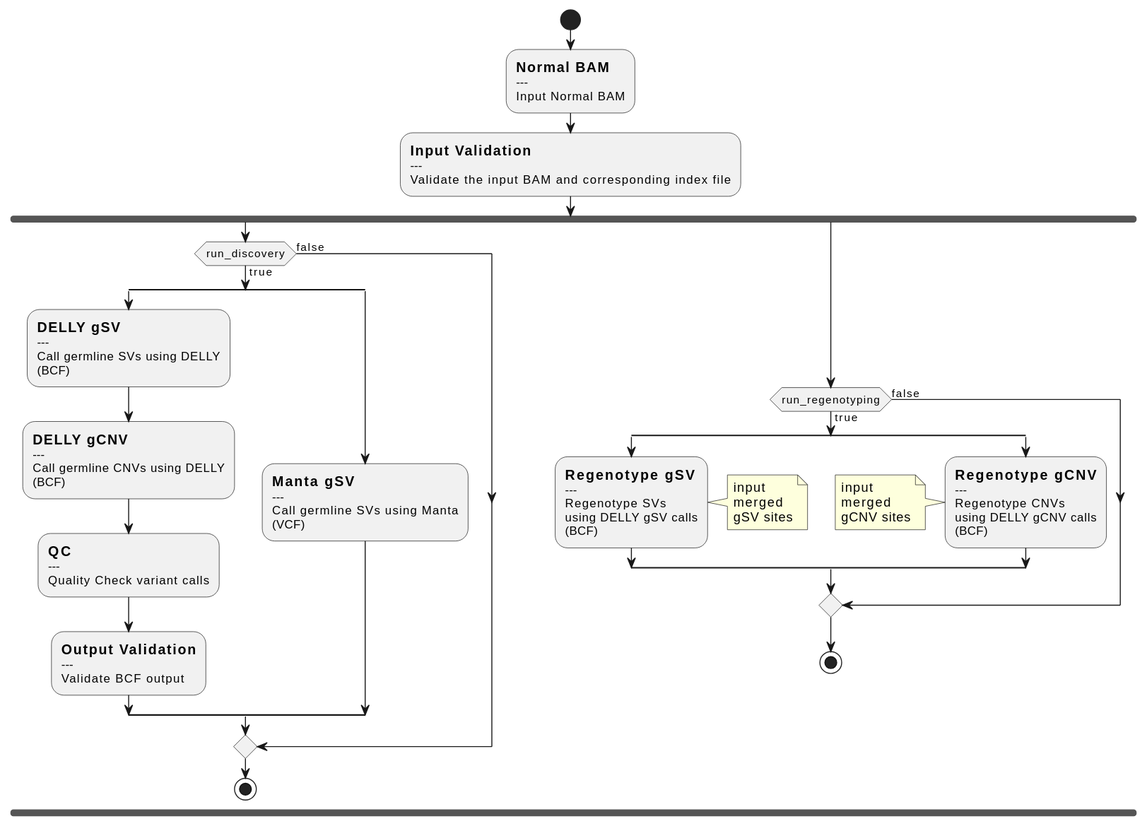
This is docs/call-gSV.svg from uclahs-cds/pipeline-call-gSV, a PlantUML export, as it was before one commit.
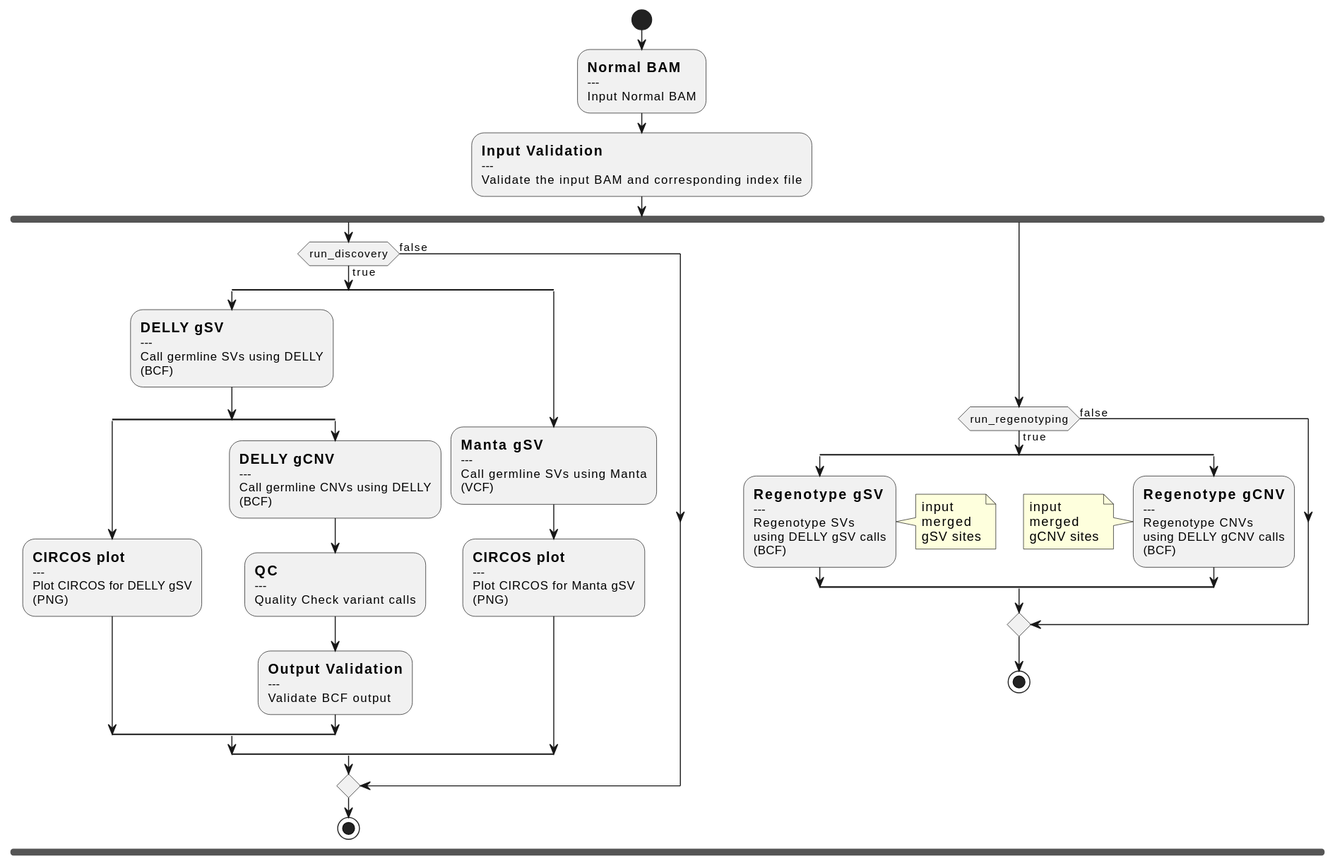
The same file after the commit.

Diff of the diagram source:
```diff
@@ -16,21 +16,32 @@
         ---
         Call germline SVs using DELLY
         (BCF);
-        :==DELLY gCNV
-        ---
-        Call germline CNVs using DELLY
-        (BCF);
-        :==QC
-        ---
-        Quality Check variant calls;
-        :==Output Validation
-        ---
-        Validate BCF output;
+        split
+            :==CIRCOS plot
+            ---
+            Plot CIRCOS for DELLY gSV
+            (PNG);
+        split again
+            :==DELLY gCNV
+            ---
+            Call germline CNVs using DELLY
+            (BCF);
+            :==QC
+            ---
+            Quality Check variant calls;
+            :==Output Validation
+            ---
+            Validate BCF output;
+        end split
     split again
         :==Manta gSV
         ---
         Call germline SVs using Manta
         (VCF);
+        :==CIRCOS plot
+        ---
+        Plot CIRCOS for Manta gSV
+        (PNG);
     end split
 else (false)
 endif
```
